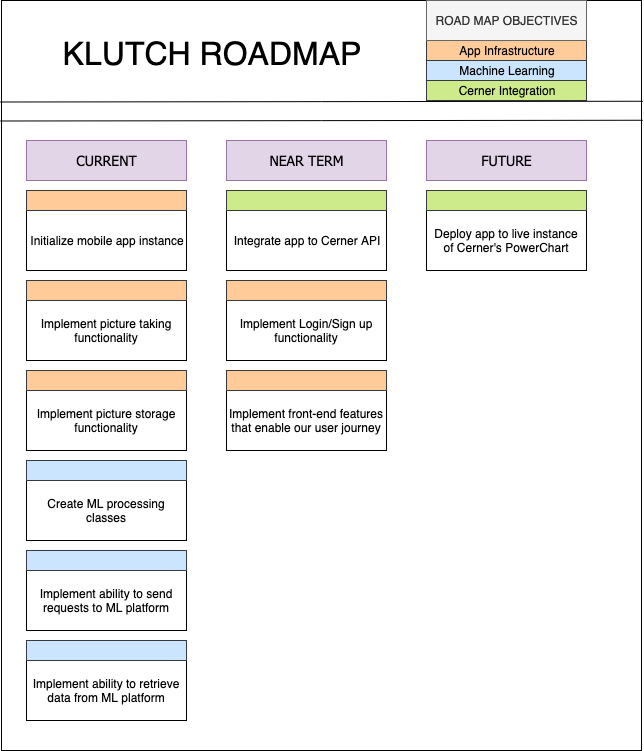
This is product_research/klutch_roadmap.png from dcsil/klutch, a draw.io export, as it was before one commit. Source tidied: cells renumbered, new cells last; positions are measured from the earlier drawing's top-left corner, leaving out a move shared by most shapes.
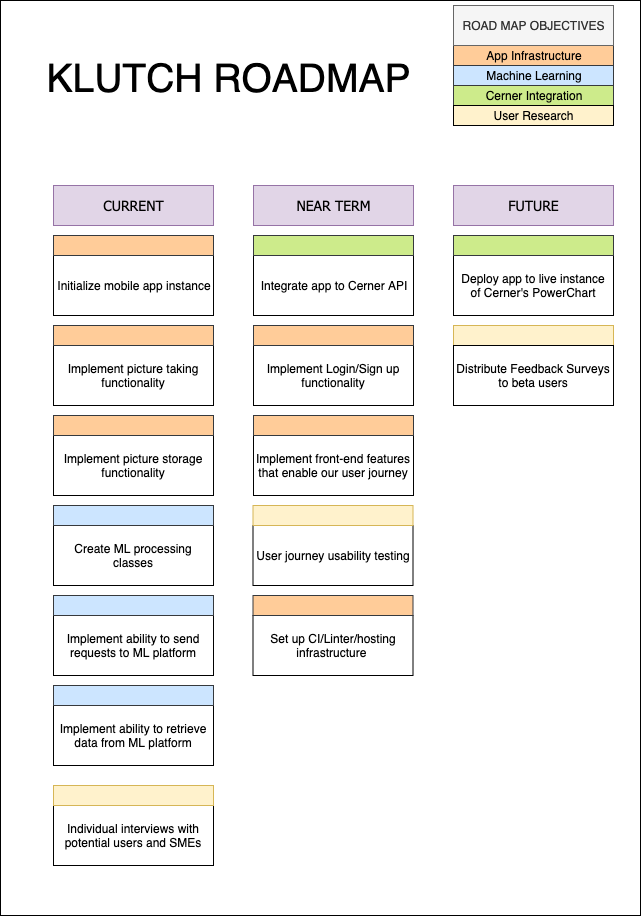
The same diagram one commit later.

What changed in the source:
```diff
@@ -3,7 +3,7 @@
     <mxCell id="0" />
     <mxCell id="1" parent="0" />
     <mxCell id="2" style="rounded=0;whiteSpace=wrap;html=1;strokeColor=#000000;fillColor=none;fontColor=none;" parent="1" vertex="1">
-      <mxGeometry width="640" height="750" as="geometry" />
+      <mxGeometry x="-28" y="-45" width="640" height="915" as="geometry" />
     </mxCell>
     <mxCell id="3" value="&lt;font style=&quot;font-size: 14px&quot; face=&quot;Tahoma&quot;&gt;CURRENT&lt;/font&gt;" style="text;html=1;align=center;verticalAlign=middle;whiteSpace=wrap;rounded=0;fillColor=#e1d5e7;strokeColor=#9673a6;" parent="1" vertex="1">
       <mxGeometry x="25" y="140" width="160" height="40" as="geometry" />
@@ -69,16 +69,16 @@
       <mxGeometry x="425" y="190" width="160" height="20" as="geometry" />
     </mxCell>
     <mxCell id="24" value="App Infrastructure" style="rounded=0;whiteSpace=wrap;html=1;fillColor=#ffcc99;strokeColor=#36393d;" parent="1" vertex="1">
-      <mxGeometry x="425" y="40" width="160" height="20" as="geometry" />
+      <mxGeometry x="425" width="160" height="20" as="geometry" />
     </mxCell>
     <mxCell id="25" value="Machine Learning" style="rounded=0;whiteSpace=wrap;html=1;fillColor=#cce5ff;strokeColor=#36393d;" parent="1" vertex="1">
-      <mxGeometry x="425" y="60" width="160" height="20" as="geometry" />
+      <mxGeometry x="425" y="20" width="160" height="20" as="geometry" />
     </mxCell>
     <mxCell id="26" value="Cerner Integration" style="rounded=0;whiteSpace=wrap;html=1;fillColor=#cdeb8b;strokeColor=#36393d;" parent="1" vertex="1">
-      <mxGeometry x="425" y="80" width="160" height="20" as="geometry" />
+      <mxGeometry x="425" y="40" width="160" height="20" as="geometry" />
     </mxCell>
     <mxCell id="27" value="ROAD MAP OBJECTIVES" style="text;html=1;align=center;verticalAlign=middle;whiteSpace=wrap;rounded=0;fillColor=#f5f5f5;strokeColor=#666666;fontColor=#333333;" parent="1" vertex="1">
-      <mxGeometry x="425" width="160" height="40" as="geometry" />
+      <mxGeometry x="425" y="-40" width="160" height="40" as="geometry" />
     </mxCell>
     <mxCell id="28" value="App Infrastructure" style="rounded=0;whiteSpace=wrap;html=1;fillColor=#ffcc99;strokeColor=#36393d;noLabel=1;fontColor=none;" parent="1" vertex="1">
       <mxGeometry x="25" y="190" width="160" height="20" as="geometry" />
@@ -107,11 +107,8 @@
     <mxCell id="36" value="Cerner Integration" style="rounded=0;whiteSpace=wrap;html=1;fillColor=#cdeb8b;strokeColor=#36393d;noLabel=1;fontColor=none;" parent="1" vertex="1">
       <mxGeometry x="425" y="190" width="160" height="20" as="geometry" />
     </mxCell>
-    <mxCell id="37" style="shape=link;html=1;fontColor=none;exitX=-0.002;exitY=0.148;exitDx=0;exitDy=0;exitPerimeter=0;entryX=1.002;entryY=0.147;entryDx=0;entryDy=0;entryPerimeter=0;width=19;" parent="1" edge="1" source="2" target="2">
-      <mxGeometry relative="1" as="geometry" />
-    </mxCell>
-    <mxCell id="38" value="&lt;font style=&quot;font-size: 32px&quot;&gt;KLUTCH ROADMAP&lt;/font&gt;" style="text;html=1;strokeColor=none;fillColor=none;align=center;verticalAlign=middle;whiteSpace=wrap;rounded=0;fontColor=none;" parent="1" vertex="1">
-      <mxGeometry x="40" y="10" width="340" height="90" as="geometry" />
+    <mxCell id="38" value="&lt;font style=&quot;font-size: 39px&quot;&gt;KLUTCH ROADMAP&lt;/font&gt;" style="text;html=1;strokeColor=none;fillColor=none;align=center;verticalAlign=middle;whiteSpace=wrap;rounded=0;fontColor=none;" parent="1" vertex="1">
+      <mxGeometry y="-45" width="400" height="160" as="geometry" />
     </mxCell>
     <mxCell id="39" value="Implement front-end features that enable our user journey" style="rounded=0;whiteSpace=wrap;html=1;" parent="1" vertex="1">
       <mxGeometry x="225" y="390" width="160" height="60" as="geometry" />
@@ -119,5 +116,32 @@
     <mxCell id="40" value="App Infrastructure" style="rounded=0;whiteSpace=wrap;html=1;fillColor=#ffcc99;strokeColor=#36393d;noLabel=1;fontColor=none;" parent="1" vertex="1">
       <mxGeometry x="225" y="370" width="160" height="20" as="geometry" />
     </mxCell>
+    <mxCell id="41" value="User Research" style="rounded=0;whiteSpace=wrap;html=1;fillColor=#fff2cc;strokeColor=#000000;" parent="1" vertex="1">
+      <mxGeometry x="425" y="60" width="160" height="20" as="geometry" />
+    </mxCell>
+    <mxCell id="42" value="Individual interviews with potential users and SMEs" style="rounded=0;whiteSpace=wrap;html=1;" parent="1" vertex="1">
+      <mxGeometry x="25" y="760" width="160" height="60" as="geometry" />
+    </mxCell>
+    <mxCell id="43" value="Machine Learning" style="rounded=0;whiteSpace=wrap;html=1;fillColor=#fff2cc;strokeColor=#d6b656;noLabel=1;" parent="1" vertex="1">
+      <mxGeometry x="25" y="740" width="160" height="20" as="geometry" />
+    </mxCell>
+    <mxCell id="44" value="User journey usability testing " style="rounded=0;whiteSpace=wrap;html=1;" parent="1" vertex="1">
+      <mxGeometry x="224.5" y="480" width="160" height="60" as="geometry" />
+    </mxCell>
+    <mxCell id="45" value="App Infrastructure" style="rounded=0;whiteSpace=wrap;html=1;fillColor=#fff2cc;strokeColor=#d6b656;noLabel=1;" parent="1" vertex="1">
+      <mxGeometry x="224.5" y="460" width="160" height="20" as="geometry" />
+    </mxCell>
+    <mxCell id="46" value="App Infrastructure" style="rounded=0;whiteSpace=wrap;html=1;fillColor=#fff2cc;strokeColor=#d6b656;noLabel=1;" parent="1" vertex="1">
+      <mxGeometry x="425" y="280" width="160" height="20" as="geometry" />
+    </mxCell>
+    <mxCell id="47" value="Distribute Feedback Surveys to beta users" style="rounded=0;whiteSpace=wrap;html=1;" parent="1" vertex="1">
+      <mxGeometry x="425" y="300" width="160" height="60" as="geometry" />
+    </mxCell>
+    <mxCell id="48" value="Set up CI/Linter/hosting infrastructure&amp;nbsp; " style="rounded=0;whiteSpace=wrap;html=1;" parent="1" vertex="1">
+      <mxGeometry x="224.5" y="570" width="160" height="60" as="geometry" />
+    </mxCell>
+    <mxCell id="49" value="App Infrastructure" style="rounded=0;whiteSpace=wrap;html=1;fillColor=#ffcc99;strokeColor=#36393d;noLabel=1;fontColor=none;" parent="1" vertex="1">
+      <mxGeometry x="224.5" y="550" width="160" height="20" as="geometry" />
+    </mxCell>
   </root>
 </mxGraphModel>
```
